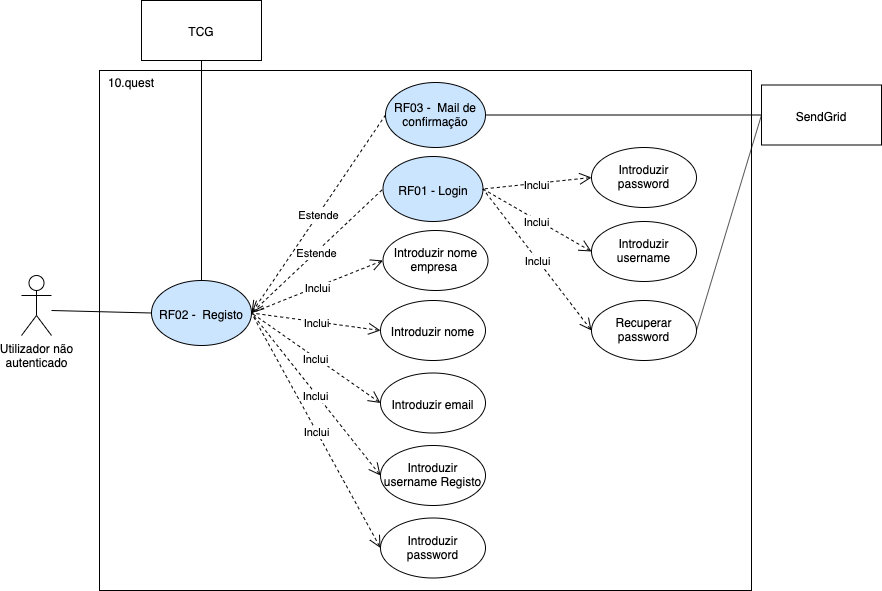
Above: img/rf/registo.png in BrunoGrifo/Tese (draw.io), before the change. Source tidied: cells renumbered, new cells last; positions are measured from the earlier drawing's top-left corner, leaving out a move shared by most shapes. The source it was exported from:
```xml
<mxGraphModel>
  <root>
    <mxCell id="0" />
    <mxCell id="1" parent="0" />
    <mxCell id="2" style="rounded=0;whiteSpace=wrap;html=1;" parent="1" vertex="1">
      <mxGeometry x="78" y="70" width="652" height="520" as="geometry" />
    </mxCell>
    <mxCell id="3" value="Utilizador não&lt;br&gt;autenticado" style="shape=umlActor;verticalLabelPosition=bottom;labelBackgroundColor=#ffffff;verticalAlign=top;html=1;" parent="1" vertex="1">
      <mxGeometry y="275" width="30" height="60" as="geometry" />
    </mxCell>
    <mxCell id="4" style="endArrow=none;html=1;entryX=0;entryY=0.5;entryDx=0;entryDy=0;" parent="1" edge="1" target="6">
      <mxGeometry relative="1" as="geometry">
        <mxPoint x="30" y="310" as="sourcePoint" />
      </mxGeometry>
    </mxCell>
    <mxCell id="5" value="10.quest" style="text;html=1;strokeColor=none;fillColor=none;align=center;verticalAlign=middle;whiteSpace=wrap;rounded=0;" parent="1" vertex="1">
      <mxGeometry x="90" y="71" width="40" height="20" as="geometry" />
    </mxCell>
    <mxCell id="6" value="RF02 -&amp;nbsp; Registo" style="ellipse;whiteSpace=wrap;html=1;fillColor=#CCE5FF;" parent="1" vertex="1">
      <mxGeometry x="130" y="280" width="100" height="65" as="geometry" />
    </mxCell>
    <mxCell id="7" value="RF03 -&amp;nbsp; Mail de confirmação" style="ellipse;whiteSpace=wrap;html=1;fillColor=#CCE5FF;" parent="1" vertex="1">
      <mxGeometry x="364" y="82" width="100" height="65" as="geometry" />
    </mxCell>
    <mxCell id="8" value="Estende" style="endArrow=none;endSize=12;dashed=1;html=1;entryX=0;entryY=0.5;entryDx=0;entryDy=0;exitX=1;exitY=0.5;exitDx=0;exitDy=0;startArrow=open;startFill=0;endFill=0;startSize=10;" parent="1" edge="1" source="6" target="7">
      <mxGeometry relative="1" as="geometry" />
    </mxCell>
    <mxCell id="9" value="Introduzir nome empresa&amp;nbsp;" style="ellipse;whiteSpace=wrap;html=1;" parent="1" vertex="1">
      <mxGeometry x="361.5" y="230" width="105" height="60" as="geometry" />
    </mxCell>
    <mxCell id="10" value="Introduzir nome" style="ellipse;whiteSpace=wrap;html=1;" parent="1" vertex="1">
      <mxGeometry x="359" y="300" width="105" height="60" as="geometry" />
    </mxCell>
    <mxCell id="11" value="Inclui" style="endArrow=none;endSize=12;dashed=1;html=1;exitX=0;exitY=0.5;exitDx=0;exitDy=0;entryX=1;entryY=0.5;entryDx=0;entryDy=0;startArrow=open;startFill=0;endFill=0;startSize=10;" parent="1" edge="1" source="9" target="6">
      <mxGeometry relative="1" as="geometry" />
    </mxCell>
    <mxCell id="12" value="Inclui" style="endArrow=none;endSize=12;dashed=1;html=1;exitX=0;exitY=0.5;exitDx=0;exitDy=0;entryX=1;entryY=0.5;entryDx=0;entryDy=0;startArrow=open;startFill=0;endFill=0;startSize=10;" parent="1" edge="1" source="10" target="6">
      <mxGeometry relative="1" as="geometry" />
    </mxCell>
    <mxCell id="13" value="Introduzir email" style="ellipse;whiteSpace=wrap;html=1;" parent="1" vertex="1">
      <mxGeometry x="359" y="372.5" width="105" height="60" as="geometry" />
    </mxCell>
    <mxCell id="14" value="Inclui" style="endArrow=none;endSize=12;dashed=1;html=1;exitX=0;exitY=0.5;exitDx=0;exitDy=0;entryX=1;entryY=0.5;entryDx=0;entryDy=0;startArrow=open;startFill=0;endFill=0;startSize=10;" parent="1" edge="1" source="13" target="6">
      <mxGeometry relative="1" as="geometry" />
    </mxCell>
    <mxCell id="15" value="Introduzir username Registo" style="ellipse;whiteSpace=wrap;html=1;" parent="1" vertex="1">
      <mxGeometry x="359" y="445" width="105" height="60" as="geometry" />
    </mxCell>
    <mxCell id="16" value="Inclui" style="endArrow=none;endSize=12;dashed=1;html=1;exitX=0;exitY=0.5;exitDx=0;exitDy=0;entryX=1;entryY=0.5;entryDx=0;entryDy=0;startArrow=open;startFill=0;endFill=0;startSize=10;" parent="1" edge="1" source="15" target="6">
      <mxGeometry relative="1" as="geometry" />
    </mxCell>
    <mxCell id="17" value="Introduzir password" style="ellipse;whiteSpace=wrap;html=1;" parent="1" vertex="1">
      <mxGeometry x="359" y="517.5" width="105" height="60" as="geometry" />
    </mxCell>
    <mxCell id="18" value="Inclui" style="endArrow=none;endSize=12;dashed=1;html=1;exitX=0;exitY=0.5;exitDx=0;exitDy=0;entryX=1;entryY=0.5;entryDx=0;entryDy=0;startArrow=open;startFill=0;endFill=0;startSize=10;" parent="1" edge="1" source="17" target="6">
      <mxGeometry relative="1" as="geometry" />
    </mxCell>
    <mxCell id="19" value="RF01 -&amp;nbsp;Login" style="ellipse;whiteSpace=wrap;html=1;fillColor=#CCE5FF;" parent="1" vertex="1">
      <mxGeometry x="361.5" y="156" width="100" height="65" as="geometry" />
    </mxCell>
    <mxCell id="20" value="Estende" style="endArrow=none;endSize=12;dashed=1;html=1;entryX=0;entryY=0.5;entryDx=0;entryDy=0;exitX=1;exitY=0.5;exitDx=0;exitDy=0;startArrow=open;startFill=0;endFill=0;startSize=10;" parent="1" edge="1" source="6" target="19">
      <mxGeometry relative="1" as="geometry" />
    </mxCell>
    <mxCell id="21" value="Introduzir username" style="ellipse;whiteSpace=wrap;html=1;" parent="1" vertex="1">
      <mxGeometry x="570" y="221" width="105" height="60" as="geometry" />
    </mxCell>
    <mxCell id="22" value="Inclui" style="endArrow=none;endSize=12;dashed=1;html=1;exitX=0;exitY=0.5;exitDx=0;exitDy=0;entryX=1;entryY=0.5;entryDx=0;entryDy=0;startArrow=open;startFill=0;endFill=0;startSize=10;" parent="1" edge="1" source="21" target="19">
      <mxGeometry relative="1" as="geometry" />
    </mxCell>
    <mxCell id="23" value="Introduzir password" style="ellipse;whiteSpace=wrap;html=1;" parent="1" vertex="1">
      <mxGeometry x="570" y="147" width="105" height="60" as="geometry" />
    </mxCell>
    <mxCell id="24" value="Inclui" style="endArrow=none;endSize=12;dashed=1;html=1;exitX=0;exitY=0.5;exitDx=0;exitDy=0;entryX=1;entryY=0.5;entryDx=0;entryDy=0;startArrow=open;startFill=0;endFill=0;startSize=10;" parent="1" edge="1" source="23" target="19">
      <mxGeometry relative="1" as="geometry" />
    </mxCell>
    <mxCell id="25" value="SendGrid" style="rounded=0;whiteSpace=wrap;html=1;" parent="1" vertex="1">
      <mxGeometry x="740" y="84.5" width="120" height="60" as="geometry" />
    </mxCell>
    <mxCell id="26" style="endArrow=none;html=1;entryX=0;entryY=0.5;entryDx=0;entryDy=0;exitX=1;exitY=0.5;exitDx=0;exitDy=0;" parent="1" edge="1" source="7" target="25">
      <mxGeometry relative="1" as="geometry" />
    </mxCell>
    <mxCell id="27" value="TCG" style="rounded=0;whiteSpace=wrap;html=1;" parent="1" vertex="1">
      <mxGeometry x="120" width="120" height="60" as="geometry" />
    </mxCell>
    <mxCell id="28" style="endArrow=none;html=1;entryX=0.5;entryY=1;entryDx=0;entryDy=0;exitX=0.5;exitY=0;exitDx=0;exitDy=0;" parent="1" edge="1" source="6" target="27">
      <mxGeometry relative="1" as="geometry" />
    </mxCell>
    <mxCell id="29" value="Recuperar password" style="ellipse;whiteSpace=wrap;html=1;" parent="1" vertex="1">
      <mxGeometry x="570" y="300" width="105" height="60" as="geometry" />
    </mxCell>
    <mxCell id="30" value="Inclui" style="endArrow=none;endSize=12;dashed=1;html=1;exitX=0;exitY=0.5;exitDx=0;exitDy=0;entryX=1;entryY=0.5;entryDx=0;entryDy=0;startArrow=open;startFill=0;endFill=0;startSize=10;" parent="1" edge="1" source="29" target="19">
      <mxGeometry relative="1" as="geometry" />
    </mxCell>
    <mxCell id="31" style="endArrow=none;html=1;entryX=0;entryY=0.5;entryDx=0;entryDy=0;exitX=1;exitY=0.5;exitDx=0;exitDy=0;" parent="1" edge="1" source="29" target="25">
      <mxGeometry relative="1" as="geometry" />
    </mxCell>
  </root>
</mxGraphModel>
```
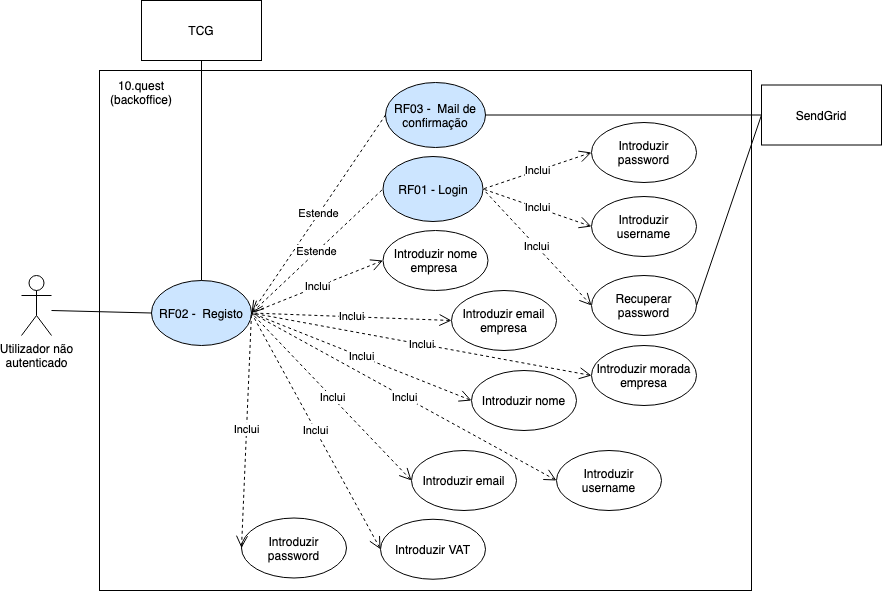
The same file after the commit.

The edit, as a diff of the source:
```diff
@@ -13,9 +13,6 @@
         <mxPoint x="30" y="310" as="sourcePoint" />
       </mxGeometry>
     </mxCell>
-    <mxCell id="5" value="10.quest" style="text;html=1;strokeColor=none;fillColor=none;align=center;verticalAlign=middle;whiteSpace=wrap;rounded=0;" parent="1" vertex="1">
-      <mxGeometry x="90" y="71" width="40" height="20" as="geometry" />
-    </mxCell>
     <mxCell id="6" value="RF02 -&amp;nbsp; Registo" style="ellipse;whiteSpace=wrap;html=1;fillColor=#CCE5FF;" parent="1" vertex="1">
       <mxGeometry x="130" y="280" width="100" height="65" as="geometry" />
     </mxCell>
@@ -29,7 +26,7 @@
       <mxGeometry x="361.5" y="230" width="105" height="60" as="geometry" />
     </mxCell>
     <mxCell id="10" value="Introduzir nome" style="ellipse;whiteSpace=wrap;html=1;" parent="1" vertex="1">
-      <mxGeometry x="359" y="300" width="105" height="60" as="geometry" />
+      <mxGeometry x="450" y="370" width="105" height="60" as="geometry" />
     </mxCell>
     <mxCell id="11" value="Inclui" style="endArrow=none;endSize=12;dashed=1;html=1;exitX=0;exitY=0.5;exitDx=0;exitDy=0;entryX=1;entryY=0.5;entryDx=0;entryDy=0;startArrow=open;startFill=0;endFill=0;startSize=10;" parent="1" edge="1" source="9" target="6">
       <mxGeometry relative="1" as="geometry" />
@@ -37,20 +34,20 @@
     <mxCell id="12" value="Inclui" style="endArrow=none;endSize=12;dashed=1;html=1;exitX=0;exitY=0.5;exitDx=0;exitDy=0;entryX=1;entryY=0.5;entryDx=0;entryDy=0;startArrow=open;startFill=0;endFill=0;startSize=10;" parent="1" edge="1" source="10" target="6">
       <mxGeometry relative="1" as="geometry" />
     </mxCell>
-    <mxCell id="13" value="Introduzir email" style="ellipse;whiteSpace=wrap;html=1;" parent="1" vertex="1">
-      <mxGeometry x="359" y="372.5" width="105" height="60" as="geometry" />
+    <mxCell id="13" value="Introduzir email empresa" style="ellipse;whiteSpace=wrap;html=1;" parent="1" vertex="1">
+      <mxGeometry x="430" y="290" width="105" height="60" as="geometry" />
     </mxCell>
     <mxCell id="14" value="Inclui" style="endArrow=none;endSize=12;dashed=1;html=1;exitX=0;exitY=0.5;exitDx=0;exitDy=0;entryX=1;entryY=0.5;entryDx=0;entryDy=0;startArrow=open;startFill=0;endFill=0;startSize=10;" parent="1" edge="1" source="13" target="6">
       <mxGeometry relative="1" as="geometry" />
     </mxCell>
-    <mxCell id="15" value="Introduzir username Registo" style="ellipse;whiteSpace=wrap;html=1;" parent="1" vertex="1">
-      <mxGeometry x="359" y="445" width="105" height="60" as="geometry" />
+    <mxCell id="15" value="Introduzir username" style="ellipse;whiteSpace=wrap;html=1;" parent="1" vertex="1">
+      <mxGeometry x="535" y="450" width="105" height="60" as="geometry" />
     </mxCell>
     <mxCell id="16" value="Inclui" style="endArrow=none;endSize=12;dashed=1;html=1;exitX=0;exitY=0.5;exitDx=0;exitDy=0;entryX=1;entryY=0.5;entryDx=0;entryDy=0;startArrow=open;startFill=0;endFill=0;startSize=10;" parent="1" edge="1" source="15" target="6">
       <mxGeometry relative="1" as="geometry" />
     </mxCell>
     <mxCell id="17" value="Introduzir password" style="ellipse;whiteSpace=wrap;html=1;" parent="1" vertex="1">
-      <mxGeometry x="359" y="517.5" width="105" height="60" as="geometry" />
+      <mxGeometry x="220" y="517.5" width="105" height="60" as="geometry" />
     </mxCell>
     <mxCell id="18" value="Inclui" style="endArrow=none;endSize=12;dashed=1;html=1;exitX=0;exitY=0.5;exitDx=0;exitDy=0;entryX=1;entryY=0.5;entryDx=0;entryDy=0;startArrow=open;startFill=0;endFill=0;startSize=10;" parent="1" edge="1" source="17" target="6">
       <mxGeometry relative="1" as="geometry" />
@@ -62,13 +59,13 @@
       <mxGeometry relative="1" as="geometry" />
     </mxCell>
     <mxCell id="21" value="Introduzir username" style="ellipse;whiteSpace=wrap;html=1;" parent="1" vertex="1">
-      <mxGeometry x="570" y="221" width="105" height="60" as="geometry" />
+      <mxGeometry x="570" y="196" width="105" height="60" as="geometry" />
     </mxCell>
     <mxCell id="22" value="Inclui" style="endArrow=none;endSize=12;dashed=1;html=1;exitX=0;exitY=0.5;exitDx=0;exitDy=0;entryX=1;entryY=0.5;entryDx=0;entryDy=0;startArrow=open;startFill=0;endFill=0;startSize=10;" parent="1" edge="1" source="21" target="19">
       <mxGeometry relative="1" as="geometry" />
     </mxCell>
     <mxCell id="23" value="Introduzir password" style="ellipse;whiteSpace=wrap;html=1;" parent="1" vertex="1">
-      <mxGeometry x="570" y="147" width="105" height="60" as="geometry" />
+      <mxGeometry x="570" y="122" width="105" height="60" as="geometry" />
     </mxCell>
     <mxCell id="24" value="Inclui" style="endArrow=none;endSize=12;dashed=1;html=1;exitX=0;exitY=0.5;exitDx=0;exitDy=0;entryX=1;entryY=0.5;entryDx=0;entryDy=0;startArrow=open;startFill=0;endFill=0;startSize=10;" parent="1" edge="1" source="23" target="19">
       <mxGeometry relative="1" as="geometry" />
@@ -86,7 +83,7 @@
       <mxGeometry relative="1" as="geometry" />
     </mxCell>
     <mxCell id="29" value="Recuperar password" style="ellipse;whiteSpace=wrap;html=1;" parent="1" vertex="1">
-      <mxGeometry x="570" y="300" width="105" height="60" as="geometry" />
+      <mxGeometry x="570" y="275" width="105" height="60" as="geometry" />
     </mxCell>
     <mxCell id="30" value="Inclui" style="endArrow=none;endSize=12;dashed=1;html=1;exitX=0;exitY=0.5;exitDx=0;exitDy=0;entryX=1;entryY=0.5;entryDx=0;entryDy=0;startArrow=open;startFill=0;endFill=0;startSize=10;" parent="1" edge="1" source="29" target="19">
       <mxGeometry relative="1" as="geometry" />
@@ -94,5 +91,26 @@
     <mxCell id="31" style="endArrow=none;html=1;entryX=0;entryY=0.5;entryDx=0;entryDy=0;exitX=1;exitY=0.5;exitDx=0;exitDy=0;" parent="1" edge="1" source="29" target="25">
       <mxGeometry relative="1" as="geometry" />
     </mxCell>
+    <mxCell id="32" value="10.quest (backoffice)" style="text;html=1;strokeColor=none;fillColor=none;align=center;verticalAlign=middle;whiteSpace=wrap;rounded=0;" parent="1" vertex="1">
+      <mxGeometry x="100" y="82" width="40" height="20" as="geometry" />
+    </mxCell>
+    <mxCell id="33" value="Introduzir email" style="ellipse;whiteSpace=wrap;html=1;" parent="1" vertex="1">
+      <mxGeometry x="390" y="450" width="105" height="60" as="geometry" />
+    </mxCell>
+    <mxCell id="34" value="Inclui" style="endArrow=none;endSize=12;dashed=1;html=1;exitX=0;exitY=0.5;exitDx=0;exitDy=0;startArrow=open;startFill=0;endFill=0;startSize=10;entryX=1;entryY=0.5;entryDx=0;entryDy=0;" parent="1" edge="1" source="33" target="6">
+      <mxGeometry relative="1" as="geometry" />
+    </mxCell>
+    <mxCell id="35" value="Introduzir morada empresa" style="ellipse;whiteSpace=wrap;html=1;" parent="1" vertex="1">
+      <mxGeometry x="570" y="345" width="105" height="60" as="geometry" />
+    </mxCell>
+    <mxCell id="36" value="Inclui" style="endArrow=none;endSize=12;dashed=1;html=1;exitX=0;exitY=0.5;exitDx=0;exitDy=0;startArrow=open;startFill=0;endFill=0;startSize=10;entryX=1;entryY=0.5;entryDx=0;entryDy=0;" parent="1" edge="1" source="35" target="6">
+      <mxGeometry relative="1" as="geometry" />
+    </mxCell>
+    <mxCell id="37" value="Introduzir VAT" style="ellipse;whiteSpace=wrap;html=1;" parent="1" vertex="1">
+      <mxGeometry x="359" y="518.8" width="105" height="60" as="geometry" />
+    </mxCell>
+    <mxCell id="38" value="Inclui" style="endArrow=none;endSize=12;dashed=1;html=1;exitX=0;exitY=0.5;exitDx=0;exitDy=0;startArrow=open;startFill=0;endFill=0;startSize=10;entryX=1;entryY=0.5;entryDx=0;entryDy=0;" parent="1" edge="1" source="37" target="6">
+      <mxGeometry relative="1" as="geometry" />
+    </mxCell>
   </root>
 </mxGraphModel>
```
